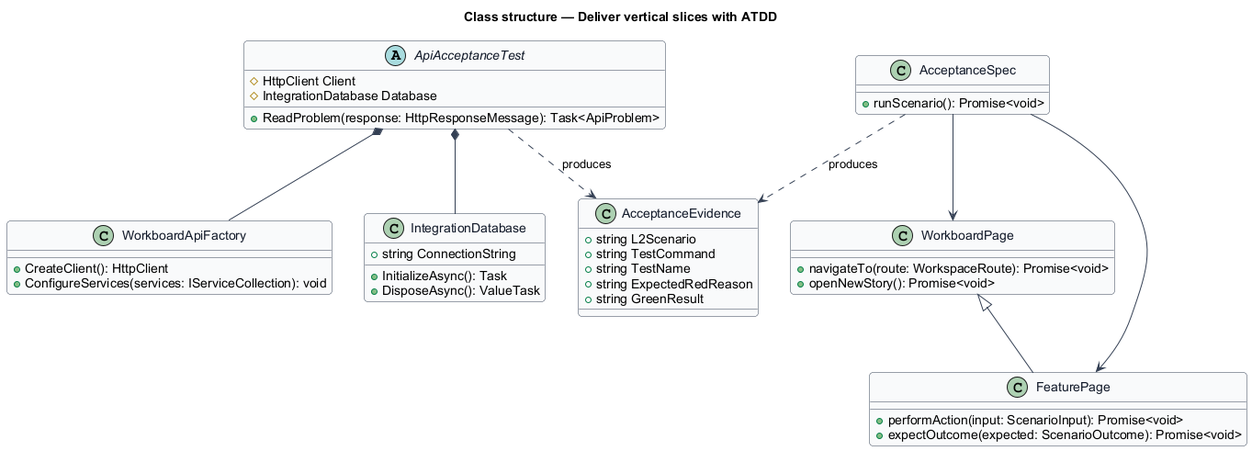
QuinntyneBrown/quinntyne-brown-consulting keeps this PlantUML diagram as docs/detailed-designs/quality/deliver-with-atdd/diagrams/class-structure.png. Above is the earlier version. Source of this version:
```plantuml
@startuml
skinparam backgroundColor #FFFFFF
skinparam shadowing false
skinparam roundcorner 8
skinparam defaultFontName Arial
skinparam ArrowColor #344054
skinparam class {
  BorderColor #344054
  FontColor #101828
  BackgroundColor #F9FAFB
}
title Class structure — Deliver vertical slices with ATDD

class WorkboardApiFactory {
  +CreateClient(): HttpClient
  +ConfigureServices(services: IServiceCollection): void
}

class IntegrationDatabase {
  +string ConnectionString
  +InitializeAsync(): Task
  +DisposeAsync(): ValueTask
}

abstract class ApiAcceptanceTest {
  #HttpClient Client
  #IntegrationDatabase Database
  +ReadProblem(response: HttpResponseMessage): Task<ApiProblem>
}

class AcceptanceSpec {
  +runScenario(): Promise<void>
}

class WorkboardPage {
  +navigateTo(route: WorkspaceRoute): Promise<void>
  +openNewStory(): Promise<void>
}

class FeaturePage {
  +performAction(input: ScenarioInput): Promise<void>
  +expectOutcome(expected: ScenarioOutcome): Promise<void>
}

class AcceptanceEvidence {
  +string L2Scenario
  +string TestCommand
  +string TestName
  +string ExpectedRedReason
  +string GreenResult
}

ApiAcceptanceTest *-- WorkboardApiFactory
ApiAcceptanceTest *-- IntegrationDatabase
AcceptanceSpec --> WorkboardPage
AcceptanceSpec --> FeaturePage
WorkboardPage <|-- FeaturePage
ApiAcceptanceTest ..> AcceptanceEvidence : produces
AcceptanceSpec ..> AcceptanceEvidence : produces
@enduml
```
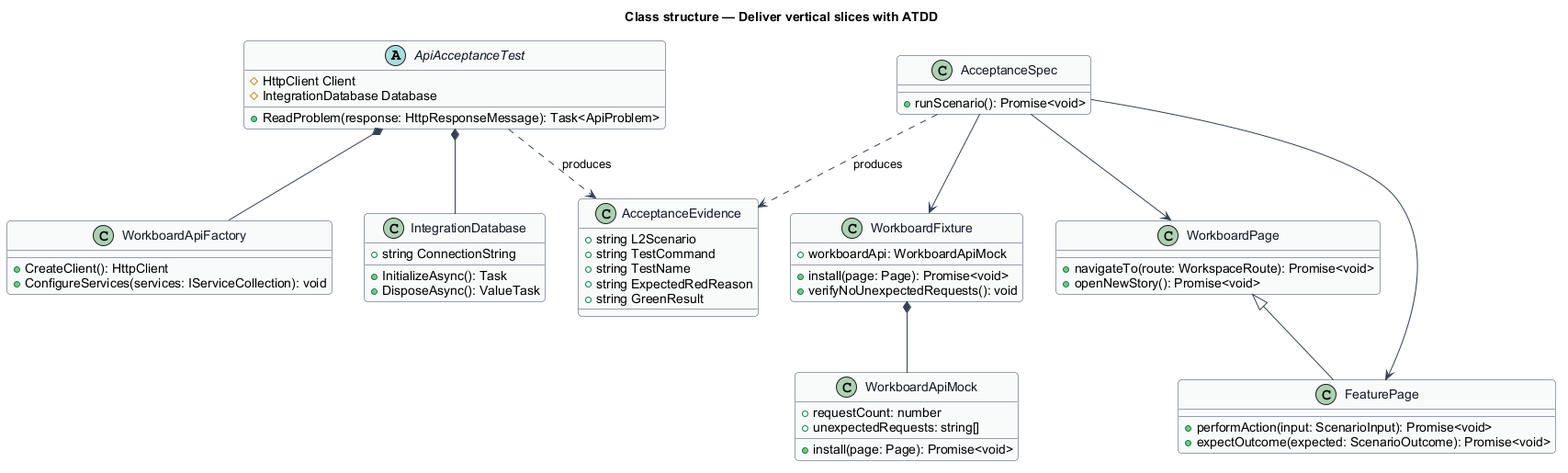
Above is the later version.

What changed in the source:
```diff
@@ -32,6 +32,18 @@
   +runScenario(): Promise<void>
 }
 
+class WorkboardFixture {
+  +workboardApi: WorkboardApiMock
+  +install(page: Page): Promise<void>
+  +verifyNoUnexpectedRequests(): void
+}
+
+class WorkboardApiMock {
+  +requestCount: number
+  +unexpectedRequests: string[]
+  +install(page: Page): Promise<void>
+}
+
 class WorkboardPage {
   +navigateTo(route: WorkspaceRoute): Promise<void>
   +openNewStory(): Promise<void>
@@ -54,6 +66,8 @@
 ApiAcceptanceTest *-- IntegrationDatabase
 AcceptanceSpec --> WorkboardPage
 AcceptanceSpec --> FeaturePage
+AcceptanceSpec --> WorkboardFixture
+WorkboardFixture *-- WorkboardApiMock
 WorkboardPage <|-- FeaturePage
 ApiAcceptanceTest ..> AcceptanceEvidence : produces
 AcceptanceSpec ..> AcceptanceEvidence : produces
```
